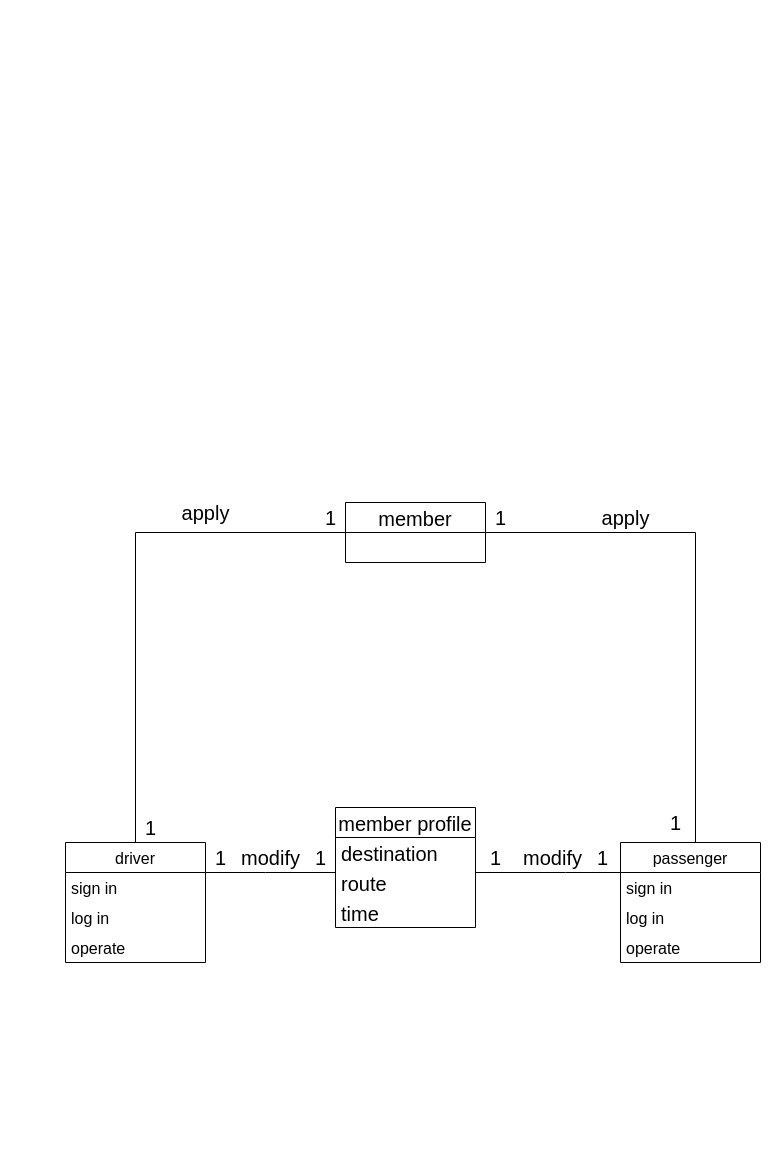
This is page "資料修改作業" (1 of 3) of ans.drawio from troyandy1023/110-2HW6, a draw.io file, before an edit. Source tidied: cells renumbered, new cells numbered last; positions are measured from the earlier drawing's top-left corner, leaving out a move shared by most shapes. Both pictures are drawn from the tidied source at 100%, with x=0, y=0 at pixel (65, 497).
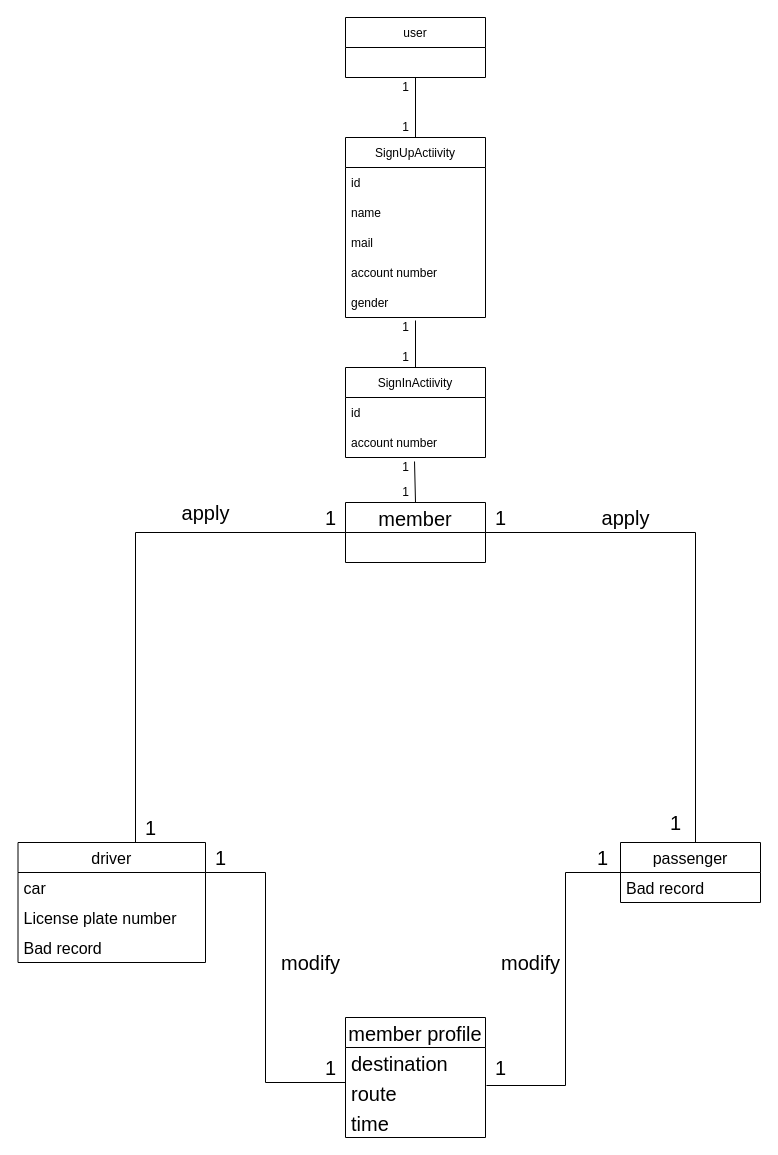
Above is the later version.

The change refers to these unchanged cells:
```xml
<mxCell id="2" value="member" style="swimlane;fontStyle=0;horizontal=1;startSize=30;fontSize=20;" parent="1" vertex="1">
  <mxGeometry x="280" y="5" width="140" height="60" as="geometry" />
</mxCell>
<mxCell id="4" value="destination" style="text;strokeColor=none;fillColor=none;align=left;verticalAlign=middle;spacingLeft=4;spacingRight=4;overflow=hidden;points=[[0,0.5],[1,0.5]];portConstraint=eastwest;fontSize=20;" parent="3" vertex="1">
  <mxGeometry y="30" width="140" height="30" as="geometry" />
</mxCell>
<mxCell id="5" value="route" style="text;strokeColor=none;fillColor=none;align=left;verticalAlign=middle;spacingLeft=4;spacingRight=4;overflow=hidden;points=[[0,0.5],[1,0.5]];portConstraint=eastwest;fontSize=20;" parent="3" vertex="1">
  <mxGeometry y="60" width="140" height="30" as="geometry" />
</mxCell>
```

Diff of the diagram source:
```diff
@@
     <mxCell id="3" value="member profile" style="swimlane;fontStyle=0;horizontal=1;startSize=30;fontSize=20;" parent="1" vertex="1">
-      <mxGeometry x="270" y="310" width="140" height="120" as="geometry" />
+      <mxGeometry x="280" y="520" width="140" height="120" as="geometry" />
     </mxCell>
@@
     <mxCell id="15" style="endArrow=none;html=1;rounded=0;fontSize=20;exitX=1;exitY=0.5;exitDx=0;exitDy=0;entryX=0;entryY=1.167;entryDx=0;entryDy=0;entryPerimeter=0;" parent="1" edge="1" target="4">
       <mxGeometry relative="1" as="geometry">
         <mxPoint x="140" y="375" as="sourcePoint" />
         <Array as="points">
           <mxPoint x="200" y="375" />
+          <mxPoint x="200" y="585" />
         </Array>
       </mxGeometry>
     </mxCell>
-    <mxCell id="16" style="endArrow=none;html=1;rounded=0;fontSize=20;exitX=0;exitY=0.5;exitDx=0;exitDy=0;" parent="1" edge="1">
+    <mxCell id="16" style="endArrow=none;html=1;rounded=0;fontSize=20;exitX=0;exitY=0.5;exitDx=0;exitDy=0;entryX=1.007;entryY=0.267;entryDx=0;entryDy=0;entryPerimeter=0;" parent="1" edge="1" target="5">
       <mxGeometry relative="1" as="geometry">
         <mxPoint x="560" y="375" as="sourcePoint" />
-        <mxPoint x="410" y="375" as="targetPoint" />
         <Array as="points">
           <mxPoint x="500" y="375" />
+          <mxPoint x="500" y="588" />
         </Array>
       </mxGeometry>
     </mxCell>
     <mxCell id="17" value="modify" style="text;html=1;align=center;verticalAlign=middle;strokeColor=none;fillColor=none;fontSize=20;" parent="1" vertex="1">
-      <mxGeometry x="170" y="345" width="70" height="30" as="geometry" />
+      <mxGeometry x="210" y="450" width="70" height="30" as="geometry" />
     </mxCell>
     <mxCell id="18" value="1" style="text;html=1;align=center;verticalAlign=middle;strokeColor=none;fillColor=none;fontSize=20;" parent="1" vertex="1">
-      <mxGeometry x="240" y="345" width="30" height="30" as="geometry" />
+      <mxGeometry x="250" y="555" width="30" height="30" as="geometry" />
     </mxCell>
@@
     <mxCell id="20" value="1" style="text;html=1;align=center;verticalAlign=middle;strokeColor=none;fillColor=none;fontSize=20;" parent="1" vertex="1">
-      <mxGeometry x="415" y="345" width="30" height="30" as="geometry" />
+      <mxGeometry x="420" y="555" width="30" height="30" as="geometry" />
     </mxCell>
@@
     <mxCell id="22" value="modify" style="text;html=1;align=center;verticalAlign=middle;strokeColor=none;fillColor=none;fontSize=20;" parent="1" vertex="1">
-      <mxGeometry x="452" y="345" width="70" height="30" as="geometry" />
+      <mxGeometry x="430" y="450" width="70" height="30" as="geometry" />
     </mxCell>
     <mxCell id="23" value="driver" style="swimlane;fontStyle=0;horizontal=1;startSize=30;fontSize=16;" parent="1" vertex="1">
-      <mxGeometry y="345" width="140" height="120" as="geometry" />
+      <mxGeometry x="-47.5" y="345" width="187.5" height="120" as="geometry" />
     </mxCell>
-    <mxCell id="24" value="sign in" style="text;strokeColor=none;fillColor=none;align=left;verticalAlign=middle;spacingLeft=4;spacingRight=4;overflow=hidden;fontSize=16;" parent="23" vertex="1">
-      <mxGeometry y="30" width="140" height="30" as="geometry" />
+    <mxCell id="24" value="car" style="text;strokeColor=none;fillColor=none;align=left;verticalAlign=middle;spacingLeft=4;spacingRight=4;overflow=hidden;fontSize=16;" parent="23" vertex="1">
+      <mxGeometry y="30" width="187.5" height="30" as="geometry" />
     </mxCell>
-    <mxCell id="25" value="log in" style="text;strokeColor=none;fillColor=none;align=left;verticalAlign=middle;spacingLeft=4;spacingRight=4;overflow=hidden;fontSize=16;" parent="23" vertex="1">
-      <mxGeometry y="60" width="140" height="30" as="geometry" />
+    <mxCell id="25" value="License plate number" style="text;strokeColor=none;fillColor=none;align=left;verticalAlign=middle;spacingLeft=4;spacingRight=4;overflow=hidden;fontSize=16;" parent="23" vertex="1">
+      <mxGeometry y="60" width="187.5" height="30" as="geometry" />
     </mxCell>
-    <mxCell id="26" value="operate" style="text;strokeColor=none;fillColor=none;align=left;verticalAlign=middle;spacingLeft=4;spacingRight=4;overflow=hidden;fontSize=16;" parent="23" vertex="1">
-      <mxGeometry y="90" width="140" height="30" as="geometry" />
+    <mxCell id="26" value="Bad record" style="text;strokeColor=none;fillColor=none;align=left;verticalAlign=middle;spacingLeft=4;spacingRight=4;overflow=hidden;fontSize=16;" parent="23" vertex="1">
+      <mxGeometry y="90" width="187.5" height="30" as="geometry" />
     </mxCell>
     <mxCell id="27" value="passenger" style="swimlane;fontStyle=0;horizontal=1;startSize=30;fontSize=16;" parent="1" vertex="1">
-      <mxGeometry x="555" y="345" width="140" height="120" as="geometry" />
+      <mxGeometry x="555" y="345" width="140" height="60" as="geometry" />
     </mxCell>
-    <mxCell id="28" value="sign in" style="text;strokeColor=none;fillColor=none;align=left;verticalAlign=middle;spacingLeft=4;spacingRight=4;overflow=hidden;fontSize=16;" parent="27" vertex="1">
-      <mxGeometry y="30" width="140" height="30" as="geometry" />
-    </mxCell>
-    <mxCell id="29" value="log in" style="text;strokeColor=none;fillColor=none;align=left;verticalAlign=middle;spacingLeft=4;spacingRight=4;overflow=hidden;fontSize=16;" parent="27" vertex="1">
-      <mxGeometry y="60" width="140" height="30" as="geometry" />
-    </mxCell>
-    <mxCell id="30" value="operate" style="text;strokeColor=none;fillColor=none;align=left;verticalAlign=middle;spacingLeft=4;spacingRight=4;overflow=hidden;fontSize=16;" parent="27" vertex="1">
-      <mxGeometry y="90" width="140" height="30" as="geometry" />
+    <mxCell id="30" value="Bad record" style="text;strokeColor=none;fillColor=none;align=left;verticalAlign=middle;spacingLeft=4;spacingRight=4;overflow=hidden;fontSize=16;" parent="27" vertex="1">
+      <mxGeometry y="30" width="140" height="30" as="geometry" />
     </mxCell>
+    <mxCell id="31" value="user" style="swimlane;fontStyle=0;horizontal=1;startSize=30;" parent="1" vertex="1">
+      <mxGeometry x="280" y="-480" width="140" height="60" as="geometry" />
+    </mxCell>
+    <mxCell id="32" style="endArrow=none;html=1;rounded=0;entryX=0.5;entryY=1;entryDx=0;entryDy=0;exitX=0.5;exitY=0;exitDx=0;exitDy=0;" parent="1" edge="1" source="34" target="31">
+      <mxGeometry relative="1" as="geometry" />
+    </mxCell>
+    <mxCell id="33" style="endArrow=none;html=1;rounded=0;exitX=0.5;exitY=0;exitDx=0;exitDy=0;entryX=1;entryY=0.15;entryDx=0;entryDy=0;entryPerimeter=0;" parent="1" edge="1" source="47" target="43">
+      <mxGeometry relative="1" as="geometry" />
+    </mxCell>
+    <mxCell id="34" value="SignUpActiivity" style="swimlane;fontStyle=0;horizontal=1;startSize=30;" parent="1" vertex="1">
+      <mxGeometry x="280" y="-360" width="140" height="180" as="geometry" />
+    </mxCell>
+    <mxCell id="35" value="id" style="text;strokeColor=none;fillColor=none;align=left;verticalAlign=middle;spacingLeft=4;spacingRight=4;overflow=hidden;" parent="34" vertex="1">
+      <mxGeometry y="30" width="140" height="30" as="geometry" />
+    </mxCell>
+    <mxCell id="36" value="name" style="text;strokeColor=none;fillColor=none;align=left;verticalAlign=middle;spacingLeft=4;spacingRight=4;overflow=hidden;" parent="34" vertex="1">
+      <mxGeometry y="60" width="140" height="30" as="geometry" />
+    </mxCell>
+    <mxCell id="37" value="mail" style="text;strokeColor=none;fillColor=none;align=left;verticalAlign=middle;spacingLeft=4;spacingRight=4;overflow=hidden;" parent="34" vertex="1">
+      <mxGeometry y="90" width="140" height="30" as="geometry" />
+    </mxCell>
+    <mxCell id="38" value="account number" style="text;strokeColor=none;fillColor=none;align=left;verticalAlign=middle;spacingLeft=4;spacingRight=4;overflow=hidden;" parent="34" vertex="1">
+      <mxGeometry y="120" width="140" height="30" as="geometry" />
+    </mxCell>
+    <mxCell id="39" value="gender" style="text;strokeColor=none;fillColor=none;align=left;verticalAlign=middle;spacingLeft=4;spacingRight=4;overflow=hidden;" parent="34" vertex="1">
+      <mxGeometry y="150" width="140" height="30" as="geometry" />
+    </mxCell>
+    <mxCell id="40" style="endArrow=none;html=1;rounded=0;entryX=0.493;entryY=1.133;entryDx=0;entryDy=0;exitX=0.5;exitY=0;exitDx=0;exitDy=0;entryPerimeter=0;" parent="1" edge="1" source="2" target="49">
+      <mxGeometry relative="1" as="geometry" />
+    </mxCell>
+    <mxCell id="41" value="1" style="text;html=1;align=center;verticalAlign=middle;strokeColor=none;fillColor=none;" parent="1" vertex="1">
+      <mxGeometry x="330" y="-420" width="20" height="20" as="geometry" />
+    </mxCell>
+    <mxCell id="42" value="1" style="text;html=1;align=center;verticalAlign=middle;strokeColor=none;fillColor=none;" parent="1" vertex="1">
+      <mxGeometry x="330" y="-380" width="20" height="20" as="geometry" />
+    </mxCell>
+    <mxCell id="43" value="1" style="text;html=1;align=center;verticalAlign=middle;points=[];strokeColor=none;fillColor=none;" parent="1" vertex="1">
+      <mxGeometry x="330" y="-180" width="20" height="20" as="geometry" />
+    </mxCell>
+    <mxCell id="44" value="1" style="text;html=1;align=center;verticalAlign=middle;strokeColor=none;fillColor=none;" parent="1" vertex="1">
+      <mxGeometry x="330" y="-150" width="20" height="20" as="geometry" />
+    </mxCell>
+    <mxCell id="45" value="1" style="text;html=1;align=center;verticalAlign=middle;strokeColor=none;fillColor=none;" parent="1" vertex="1">
+      <mxGeometry x="330" y="-40" width="20" height="20" as="geometry" />
+    </mxCell>
+    <mxCell id="46" value="1" style="text;html=1;align=center;verticalAlign=middle;strokeColor=none;fillColor=none;" parent="1" vertex="1">
+      <mxGeometry x="330" y="-15" width="20" height="20" as="geometry" />
+    </mxCell>
+    <mxCell id="47" value="SignInActiivity" style="swimlane;fontStyle=0;horizontal=1;startSize=30;" parent="1" vertex="1">
+      <mxGeometry x="280" y="-130" width="140" height="90" as="geometry" />
+    </mxCell>
+    <mxCell id="48" value="id" style="text;strokeColor=none;fillColor=none;align=left;verticalAlign=middle;spacingLeft=4;spacingRight=4;overflow=hidden;" parent="47" vertex="1">
+      <mxGeometry y="30" width="140" height="30" as="geometry" />
+    </mxCell>
+    <mxCell id="49" value="account number" style="text;strokeColor=none;fillColor=none;align=left;verticalAlign=middle;spacingLeft=4;spacingRight=4;overflow=hidden;points=[[0,0.5],[1,0.5]];portConstraint=eastwest;" parent="47" vertex="1">
+      <mxGeometry y="60" width="140" height="30" as="geometry" />
+    </mxCell>
```
